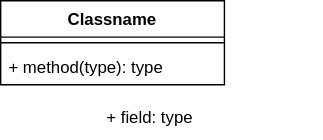
Before: module_13/Диаграмма без названия.drawio.svg, a diagram exported from draw.io (Styans/design_patterns_su). Source tidied: cells renumbered, new cells last; positions are measured from the earlier drawing's top-left corner, leaving out a move shared by most shapes.
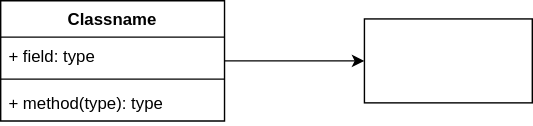
The same diagram one commit later.

Change to the diagram source:
```diff
@@ -2,17 +2,23 @@
   <root>
     <mxCell id="0" />
     <mxCell id="1" parent="0" />
+    <mxCell id="6" style="edgeStyle=orthogonalEdgeStyle;rounded=0;jettySize=auto;html=1;" parent="1" edge="1" source="2" target="7">
+      <mxGeometry relative="1" as="geometry" />
+    </mxCell>
     <mxCell id="2" value="Classname" style="swimlane;fontStyle=1;align=center;verticalAlign=top;horizontal=1;startSize=26;whiteSpace=wrap;html=1;" parent="1" vertex="1">
-      <mxGeometry width="160" height="60" as="geometry" />
+      <mxGeometry width="160" height="86" as="geometry" />
     </mxCell>
+    <mxCell id="5" value="+ field: type" style="text;strokeColor=none;fillColor=none;align=left;verticalAlign=top;spacingLeft=4;spacingRight=4;overflow=hidden;whiteSpace=wrap;html=1;" parent="2" vertex="1">
+      <mxGeometry y="26" width="160" height="26" as="geometry" />
+    </mxCell>
     <mxCell id="3" style="line;strokeWidth=1;fillColor=none;align=left;verticalAlign=middle;spacingTop=-1;spacingLeft=3;spacingRight=3;labelPosition=right;strokeColor=inherit;" parent="2" vertex="1">
-      <mxGeometry y="26" width="160" height="8" as="geometry" />
+      <mxGeometry y="52" width="160" height="8" as="geometry" />
     </mxCell>
     <mxCell id="4" value="+ method(type): type" style="text;strokeColor=none;fillColor=none;align=left;verticalAlign=top;spacingLeft=4;spacingRight=4;overflow=hidden;whiteSpace=wrap;html=1;" parent="2" vertex="1">
-      <mxGeometry y="34" width="160" height="26" as="geometry" />
+      <mxGeometry y="60" width="160" height="26" as="geometry" />
     </mxCell>
-    <mxCell id="5" value="+ field: type" style="text;strokeColor=none;fillColor=none;align=left;verticalAlign=top;spacingLeft=4;spacingRight=4;overflow=hidden;whiteSpace=wrap;html=1;" parent="1" vertex="1">
-      <mxGeometry x="70" y="70" width="160" height="26" as="geometry" />
-    </mxCell>
+    <mxCell id="7" style="whiteSpace=wrap;html=1;verticalAlign=top;fontStyle=1;startSize=26;horizontal=1;" parent="1" vertex="1">
+      <mxGeometry x="260" y="13" width="120" height="60" as="geometry" />
+    </mxCell>
   </root>
 </mxGraphModel>
```
